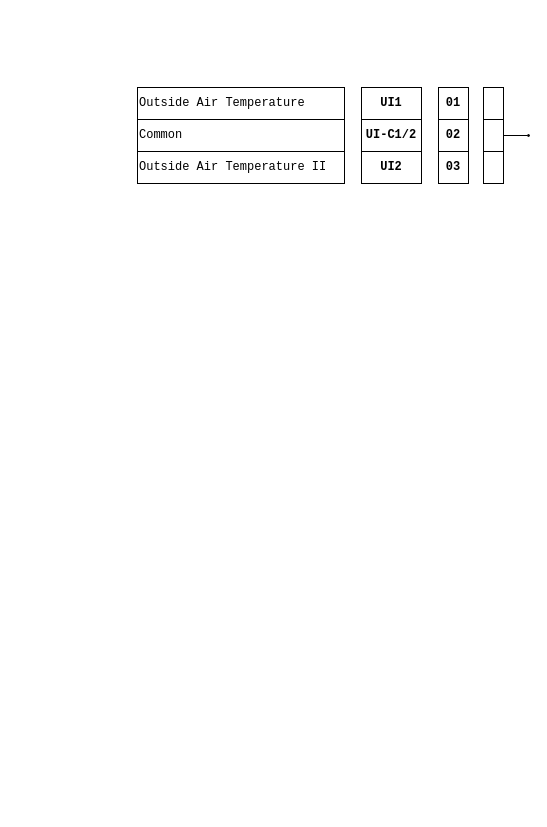
Broad-Side/FT-Draw keeps this draw.io diagram as drawioTemplates/controllers/SNC25152.drawio. Above is the earlier version. Source tidied: cells renumbered, new cells numbered last; positions are measured from the earlier drawing's top-left corner, leaving out a move shared by most shapes. Both pictures are drawn from the tidied source at 100%, with x=0, y=0 at pixel (137, 87).
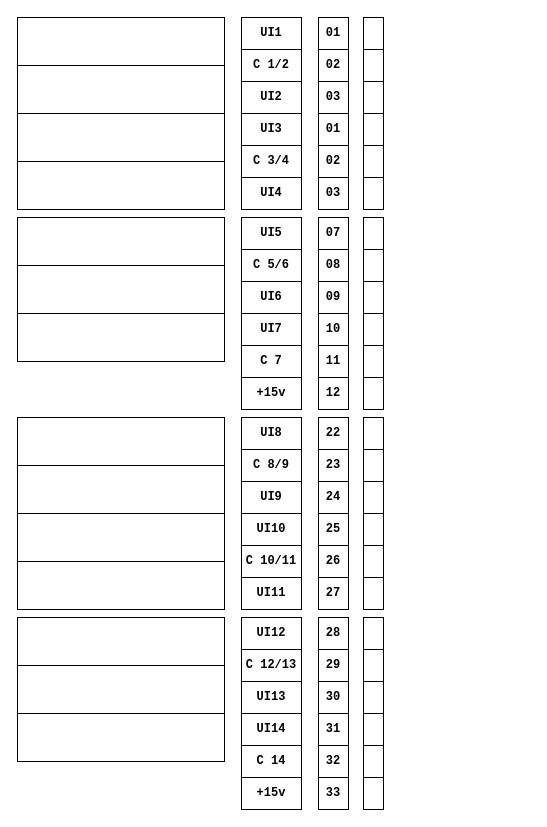
Above is the later version.

What changed in the source:
```diff
@@
+    <mxCell id="16" style="group;" parent="1" vertex="1">
+      <mxGeometry x="-120" y="-70" width="366" height="192" as="geometry" />
+    </mxCell>
-    <mxCell id="2" value="01" style="rounded=0;whiteSpace=wrap;html=1;fontStyle=1;fontFamily=Courier New;" parent="1" vertex="1">
+    <mxCell id="2" value="01" style="rounded=0;whiteSpace=wrap;html=1;fontStyle=1;fontFamily=Courier New;" parent="16" vertex="1">
       <mxGeometry x="301" width="30" height="32" as="geometry" />
     </mxCell>
-    <mxCell id="3" value="&lt;font&gt;UI1&lt;/font&gt;" style="rounded=0;whiteSpace=wrap;html=1;fontStyle=1;fontFamily=Courier New;" parent="1" vertex="1">
+    <mxCell id="3" value="&lt;font&gt;UI1&lt;/font&gt;" style="rounded=0;whiteSpace=wrap;html=1;fontStyle=1;fontFamily=Courier New;" parent="16" vertex="1">
       <mxGeometry x="224" width="60" height="32" as="geometry" />
     </mxCell>
-    <mxCell id="4" value="02" style="rounded=0;whiteSpace=wrap;html=1;fontStyle=1;fontFamily=Courier New;" parent="1" vertex="1">
+    <mxCell id="4" value="02" style="rounded=0;whiteSpace=wrap;html=1;fontStyle=1;fontFamily=Courier New;" parent="16" vertex="1">
       <mxGeometry x="301" y="32" width="30" height="32" as="geometry" />
     </mxCell>
-    <mxCell id="5" value="&lt;font&gt;UI-C1/2&lt;/font&gt;" style="rounded=0;whiteSpace=wrap;html=1;fontStyle=1;fontFamily=Courier New;" parent="1" vertex="1">
+    <mxCell id="5" value="&lt;font&gt;C 1/2&lt;/font&gt;" style="rounded=0;whiteSpace=wrap;html=1;fontStyle=1;fontFamily=Courier New;" parent="16" vertex="1">
       <mxGeometry x="224" y="32" width="60" height="32" as="geometry" />
     </mxCell>
-    <mxCell id="6" value="&lt;font&gt;UI2&lt;/font&gt;" style="rounded=0;whiteSpace=wrap;html=1;fontStyle=1;fontFamily=Courier New;" parent="1" vertex="1">
+    <mxCell id="6" value="&lt;font&gt;UI2&lt;/font&gt;" style="rounded=0;whiteSpace=wrap;html=1;fontStyle=1;fontFamily=Courier New;" parent="16" vertex="1">
       <mxGeometry x="224" y="64" width="60" height="32" as="geometry" />
     </mxCell>
-    <mxCell id="7" value="03" style="rounded=0;whiteSpace=wrap;html=1;fontStyle=1;fontFamily=Courier New;" parent="1" vertex="1">
+    <mxCell id="7" value="03" style="rounded=0;whiteSpace=wrap;html=1;fontStyle=1;fontFamily=Courier New;" parent="16" vertex="1">
       <mxGeometry x="301" y="64" width="30" height="32" as="geometry" />
     </mxCell>
-    <mxCell id="8" value="Outside Air Temperature" style="rounded=0;whiteSpace=wrap;html=1;fontFamily=Courier New;align=left;" parent="1" vertex="1">
-      <mxGeometry width="207" height="32" as="geometry" />
-    </mxCell>
-    <mxCell id="9" value="Common" style="rounded=0;whiteSpace=wrap;html=1;fontFamily=Courier New;align=left;" parent="1" vertex="1">
-      <mxGeometry y="32" width="207" height="32" as="geometry" />
-    </mxCell>
-    <mxCell id="10" value="Outside Air Temperature II" style="rounded=0;whiteSpace=wrap;html=1;fontFamily=Courier New;align=left;" parent="1" vertex="1">
-      <mxGeometry y="64" width="207" height="32" as="geometry" />
-    </mxCell>
-    <mxCell id="11" style="edgeStyle=orthogonalEdgeStyle;rounded=0;jettySize=auto;html=1;exitX=1;exitY=0.5;exitDx=0;exitDy=0;entryX=0;entryY=0.5;entryDx=0;entryDy=0;defaultLabelBackgroundColor=page;endArrow=none;endFill=0;" parent="1" edge="1" source="12" target="15">
-      <mxGeometry relative="1" as="geometry" />
-    </mxCell>
-    <mxCell id="12" style="rounded=0;whiteSpace=wrap;html=1;points=[[1,0.25,1,0,0],[1,0.5,1,0,0],[1,0.75,1,0,0]];" parent="1" vertex="1">
-      <mxGeometry x="346" y="32" width="20" height="32" as="geometry" />
-    </mxCell>
+    <mxCell id="17" style="rounded=0;whiteSpace=wrap;html=1;fontFamily=Courier New;align=left;" parent="16" vertex="1">
+      <mxGeometry width="207" height="48" as="geometry" />
+    </mxCell>
+    <mxCell id="15" style="rounded=0;whiteSpace=wrap;html=1;points=[[1,0.5,1,0,0],[1,0.75,1,0,0]];" parent="16" vertex="1">
+      <mxGeometry x="346" y="32" width="20" height="32" as="geometry" />
+    </mxCell>
-    <mxCell id="13" style="rounded=0;whiteSpace=wrap;html=1;" parent="1" vertex="1">
+    <mxCell id="13" style="rounded=0;whiteSpace=wrap;html=1;" parent="16" vertex="1">
       <mxGeometry x="346" width="20" height="32" as="geometry" />
     </mxCell>
-    <mxCell id="14" style="rounded=0;whiteSpace=wrap;html=1;" parent="1" vertex="1">
+    <mxCell id="14" style="rounded=0;whiteSpace=wrap;html=1;" parent="16" vertex="1">
       <mxGeometry x="346" y="64" width="20" height="32" as="geometry" />
     </mxCell>
-    <mxCell id="15" style="ellipse;whiteSpace=wrap;html=1;shapeInside=1;points=[[0.5,0.5,0,0,0]];fillColor=light-dark(#050505, #ededed);" parent="1" vertex="1">
-      <mxGeometry x="390" y="47" width="2" height="2" as="geometry" />
-    </mxCell>
+    <mxCell id="18" value="01" style="rounded=0;whiteSpace=wrap;html=1;fontStyle=1;fontFamily=Courier New;" parent="16" vertex="1">
+      <mxGeometry x="301" y="96" width="30" height="32" as="geometry" />
+    </mxCell>
+    <mxCell id="19" value="&lt;font&gt;UI3&lt;/font&gt;" style="rounded=0;whiteSpace=wrap;html=1;fontStyle=1;fontFamily=Courier New;" parent="16" vertex="1">
+      <mxGeometry x="224" y="96" width="60" height="32" as="geometry" />
+    </mxCell>
+    <mxCell id="20" value="02" style="rounded=0;whiteSpace=wrap;html=1;fontStyle=1;fontFamily=Courier New;" parent="16" vertex="1">
+      <mxGeometry x="301" y="128" width="30" height="32" as="geometry" />
+    </mxCell>
+    <mxCell id="21" value="C 3/4" style="rounded=0;whiteSpace=wrap;html=1;fontStyle=1;fontFamily=Courier New;" parent="16" vertex="1">
+      <mxGeometry x="224" y="128" width="60" height="32" as="geometry" />
+    </mxCell>
+    <mxCell id="22" value="&lt;font&gt;UI4&lt;/font&gt;" style="rounded=0;whiteSpace=wrap;html=1;fontStyle=1;fontFamily=Courier New;" parent="16" vertex="1">
+      <mxGeometry x="224" y="160" width="60" height="32" as="geometry" />
+    </mxCell>
+    <mxCell id="23" value="03" style="rounded=0;whiteSpace=wrap;html=1;fontStyle=1;fontFamily=Courier New;" parent="16" vertex="1">
+      <mxGeometry x="301" y="160" width="30" height="32" as="geometry" />
+    </mxCell>
+    <mxCell id="24" style="rounded=0;whiteSpace=wrap;html=1;" parent="16" vertex="1">
+      <mxGeometry x="346" y="128" width="20" height="32" as="geometry" />
+    </mxCell>
+    <mxCell id="25" style="rounded=0;whiteSpace=wrap;html=1;" parent="16" vertex="1">
+      <mxGeometry x="346" y="96" width="20" height="32" as="geometry" />
+    </mxCell>
+    <mxCell id="26" style="rounded=0;whiteSpace=wrap;html=1;" parent="16" vertex="1">
+      <mxGeometry x="346" y="160" width="20" height="32" as="geometry" />
+    </mxCell>
+    <mxCell id="27" style="rounded=0;whiteSpace=wrap;html=1;fontFamily=Courier New;align=left;" parent="16" vertex="1">
+      <mxGeometry y="48" width="207" height="48" as="geometry" />
+    </mxCell>
+    <mxCell id="28" style="rounded=0;whiteSpace=wrap;html=1;fontFamily=Courier New;align=left;" parent="16" vertex="1">
+      <mxGeometry y="96" width="207" height="48" as="geometry" />
+    </mxCell>
+    <mxCell id="29" style="rounded=0;whiteSpace=wrap;html=1;fontFamily=Courier New;align=left;" parent="16" vertex="1">
+      <mxGeometry y="144" width="207" height="48" as="geometry" />
+    </mxCell>
+    <mxCell id="30" style="group;" parent="1" vertex="1">
+      <mxGeometry x="-120" y="130" width="366" height="192" as="geometry" />
+    </mxCell>
+    <mxCell id="31" value="07" style="rounded=0;whiteSpace=wrap;html=1;fontStyle=1;fontFamily=Courier New;" parent="30" vertex="1">
+      <mxGeometry x="301" width="30" height="32" as="geometry" />
+    </mxCell>
+    <mxCell id="32" value="&lt;font&gt;UI5&lt;/font&gt;" style="rounded=0;whiteSpace=wrap;html=1;fontStyle=1;fontFamily=Courier New;" parent="30" vertex="1">
+      <mxGeometry x="224" width="60" height="32" as="geometry" />
+    </mxCell>
+    <mxCell id="33" value="08" style="rounded=0;whiteSpace=wrap;html=1;fontStyle=1;fontFamily=Courier New;" parent="30" vertex="1">
+      <mxGeometry x="301" y="32" width="30" height="32" as="geometry" />
+    </mxCell>
+    <mxCell id="34" value="C 5/6" style="rounded=0;whiteSpace=wrap;html=1;fontStyle=1;fontFamily=Courier New;" parent="30" vertex="1">
+      <mxGeometry x="224" y="32" width="60" height="32" as="geometry" />
+    </mxCell>
+    <mxCell id="35" value="&lt;font&gt;UI6&lt;/font&gt;" style="rounded=0;whiteSpace=wrap;html=1;fontStyle=1;fontFamily=Courier New;" parent="30" vertex="1">
+      <mxGeometry x="224" y="64" width="60" height="32" as="geometry" />
+    </mxCell>
+    <mxCell id="36" value="09" style="rounded=0;whiteSpace=wrap;html=1;fontStyle=1;fontFamily=Courier New;" parent="30" vertex="1">
+      <mxGeometry x="301" y="64" width="30" height="32" as="geometry" />
+    </mxCell>
+    <mxCell id="37" style="rounded=0;whiteSpace=wrap;html=1;" parent="30" vertex="1">
+      <mxGeometry x="346" y="32" width="20" height="32" as="geometry" />
+    </mxCell>
+    <mxCell id="38" style="rounded=0;whiteSpace=wrap;html=1;" parent="30" vertex="1">
+      <mxGeometry x="346" width="20" height="32" as="geometry" />
+    </mxCell>
+    <mxCell id="39" style="rounded=0;whiteSpace=wrap;html=1;" parent="30" vertex="1">
+      <mxGeometry x="346" y="64" width="20" height="32" as="geometry" />
+    </mxCell>
+    <mxCell id="40" value="10" style="rounded=0;whiteSpace=wrap;html=1;fontStyle=1;fontFamily=Courier New;" parent="30" vertex="1">
+      <mxGeometry x="301" y="96" width="30" height="32" as="geometry" />
+    </mxCell>
+    <mxCell id="41" value="&lt;font&gt;UI7&lt;/font&gt;" style="rounded=0;whiteSpace=wrap;html=1;fontStyle=1;fontFamily=Courier New;" parent="30" vertex="1">
+      <mxGeometry x="224" y="96" width="60" height="32" as="geometry" />
+    </mxCell>
+    <mxCell id="42" value="11" style="rounded=0;whiteSpace=wrap;html=1;fontStyle=1;fontFamily=Courier New;" parent="30" vertex="1">
+      <mxGeometry x="301" y="128" width="30" height="32" as="geometry" />
+    </mxCell>
+    <mxCell id="43" value="C 7" style="rounded=0;whiteSpace=wrap;html=1;fontStyle=1;fontFamily=Courier New;" parent="30" vertex="1">
+      <mxGeometry x="224" y="128" width="60" height="32" as="geometry" />
+    </mxCell>
+    <mxCell id="44" value="&lt;font&gt;+15v&lt;/font&gt;" style="rounded=0;whiteSpace=wrap;html=1;fontStyle=1;fontFamily=Courier New;" parent="30" vertex="1">
+      <mxGeometry x="224" y="160" width="60" height="32" as="geometry" />
+    </mxCell>
+    <mxCell id="45" value="12" style="rounded=0;whiteSpace=wrap;html=1;fontStyle=1;fontFamily=Courier New;" parent="30" vertex="1">
+      <mxGeometry x="301" y="160" width="30" height="32" as="geometry" />
+    </mxCell>
+    <mxCell id="46" style="rounded=0;whiteSpace=wrap;html=1;" parent="30" vertex="1">
+      <mxGeometry x="346" y="128" width="20" height="32" as="geometry" />
+    </mxCell>
+    <mxCell id="47" style="rounded=0;whiteSpace=wrap;html=1;" parent="30" vertex="1">
+      <mxGeometry x="346" y="96" width="20" height="32" as="geometry" />
+    </mxCell>
+    <mxCell id="48" style="rounded=0;whiteSpace=wrap;html=1;" parent="30" vertex="1">
+      <mxGeometry x="346" y="160" width="20" height="32" as="geometry" />
+    </mxCell>
+    <mxCell id="49" style="rounded=0;whiteSpace=wrap;html=1;fontFamily=Courier New;align=left;" parent="30" vertex="1">
+      <mxGeometry width="207" height="48" as="geometry" />
+    </mxCell>
+    <mxCell id="50" style="rounded=0;whiteSpace=wrap;html=1;fontFamily=Courier New;align=left;" parent="30" vertex="1">
+      <mxGeometry y="48" width="207" height="48" as="geometry" />
+    </mxCell>
+    <mxCell id="51" style="rounded=0;whiteSpace=wrap;html=1;fontFamily=Courier New;align=left;" parent="30" vertex="1">
+      <mxGeometry y="96" width="207" height="48" as="geometry" />
+    </mxCell>
+    <mxCell id="52" style="group;" parent="1" vertex="1">
+      <mxGeometry x="-120" y="330" width="366" height="192" as="geometry" />
+    </mxCell>
+    <mxCell id="53" value="22" style="rounded=0;whiteSpace=wrap;html=1;fontStyle=1;fontFamily=Courier New;" parent="52" vertex="1">
+      <mxGeometry x="301" width="30" height="32" as="geometry" />
+    </mxCell>
+    <mxCell id="54" value="&lt;font&gt;UI8&lt;/font&gt;" style="rounded=0;whiteSpace=wrap;html=1;fontStyle=1;fontFamily=Courier New;" parent="52" vertex="1">
+      <mxGeometry x="224" width="60" height="32" as="geometry" />
+    </mxCell>
+    <mxCell id="55" value="23" style="rounded=0;whiteSpace=wrap;html=1;fontStyle=1;fontFamily=Courier New;" parent="52" vertex="1">
+      <mxGeometry x="301" y="32" width="30" height="32" as="geometry" />
+    </mxCell>
+    <mxCell id="56" value="&lt;font&gt;C 8/9&lt;/font&gt;" style="rounded=0;whiteSpace=wrap;html=1;fontStyle=1;fontFamily=Courier New;" parent="52" vertex="1">
+      <mxGeometry x="224" y="32" width="60" height="32" as="geometry" />
+    </mxCell>
+    <mxCell id="57" value="&lt;font&gt;UI9&lt;/font&gt;" style="rounded=0;whiteSpace=wrap;html=1;fontStyle=1;fontFamily=Courier New;" parent="52" vertex="1">
+      <mxGeometry x="224" y="64" width="60" height="32" as="geometry" />
+    </mxCell>
+    <mxCell id="58" value="24" style="rounded=0;whiteSpace=wrap;html=1;fontStyle=1;fontFamily=Courier New;" parent="52" vertex="1">
+      <mxGeometry x="301" y="64" width="30" height="32" as="geometry" />
+    </mxCell>
+    <mxCell id="59" style="rounded=0;whiteSpace=wrap;html=1;" parent="52" vertex="1">
+      <mxGeometry x="346" y="32" width="20" height="32" as="geometry" />
+    </mxCell>
+    <mxCell id="60" style="rounded=0;whiteSpace=wrap;html=1;" parent="52" vertex="1">
+      <mxGeometry x="346" width="20" height="32" as="geometry" />
+    </mxCell>
+    <mxCell id="61" style="rounded=0;whiteSpace=wrap;html=1;" parent="52" vertex="1">
+      <mxGeometry x="346" y="64" width="20" height="32" as="geometry" />
+    </mxCell>
+    <mxCell id="62" value="25" style="rounded=0;whiteSpace=wrap;html=1;fontStyle=1;fontFamily=Courier New;" parent="52" vertex="1">
+      <mxGeometry x="301" y="96" width="30" height="32" as="geometry" />
+    </mxCell>
+    <mxCell id="63" value="&lt;font&gt;UI10&lt;/font&gt;" style="rounded=0;whiteSpace=wrap;html=1;fontStyle=1;fontFamily=Courier New;" parent="52" vertex="1">
+      <mxGeometry x="224" y="96" width="60" height="32" as="geometry" />
+    </mxCell>
+    <mxCell id="64" value="26" style="rounded=0;whiteSpace=wrap;html=1;fontStyle=1;fontFamily=Courier New;" parent="52" vertex="1">
+      <mxGeometry x="301" y="128" width="30" height="32" as="geometry" />
+    </mxCell>
+    <mxCell id="65" value="C 10/11" style="rounded=0;whiteSpace=wrap;html=1;fontStyle=1;fontFamily=Courier New;" parent="52" vertex="1">
+      <mxGeometry x="224" y="128" width="60" height="32" as="geometry" />
+    </mxCell>
+    <mxCell id="66" value="&lt;font&gt;UI11&lt;/font&gt;" style="rounded=0;whiteSpace=wrap;html=1;fontStyle=1;fontFamily=Courier New;" parent="52" vertex="1">
+      <mxGeometry x="224" y="160" width="60" height="32" as="geometry" />
+    </mxCell>
+    <mxCell id="67" value="27" style="rounded=0;whiteSpace=wrap;html=1;fontStyle=1;fontFamily=Courier New;" parent="52" vertex="1">
+      <mxGeometry x="301" y="160" width="30" height="32" as="geometry" />
+    </mxCell>
+    <mxCell id="68" style="rounded=0;whiteSpace=wrap;html=1;" parent="52" vertex="1">
+      <mxGeometry x="346" y="128" width="20" height="32" as="geometry" />
+    </mxCell>
+    <mxCell id="69" style="rounded=0;whiteSpace=wrap;html=1;" parent="52" vertex="1">
+      <mxGeometry x="346" y="96" width="20" height="32" as="geometry" />
+    </mxCell>
+    <mxCell id="70" style="rounded=0;whiteSpace=wrap;html=1;" parent="52" vertex="1">
+      <mxGeometry x="346" y="160" width="20" height="32" as="geometry" />
+    </mxCell>
+    <mxCell id="71" style="rounded=0;whiteSpace=wrap;html=1;fontFamily=Courier New;align=left;" parent="52" vertex="1">
+      <mxGeometry width="207" height="48" as="geometry" />
+    </mxCell>
+    <mxCell id="72" style="rounded=0;whiteSpace=wrap;html=1;fontFamily=Courier New;align=left;" parent="52" vertex="1">
+      <mxGeometry y="48" width="207" height="48" as="geometry" />
+    </mxCell>
+    <mxCell id="73" style="rounded=0;whiteSpace=wrap;html=1;fontFamily=Courier New;align=left;" parent="52" vertex="1">
+      <mxGeometry y="96" width="207" height="48" as="geometry" />
+    </mxCell>
+    <mxCell id="74" style="rounded=0;whiteSpace=wrap;html=1;fontFamily=Courier New;align=left;" parent="52" vertex="1">
+      <mxGeometry y="144" width="207" height="48" as="geometry" />
+    </mxCell>
+    <mxCell id="75" style="group;" parent="1" vertex="1">
+      <mxGeometry x="-120" y="530" width="366" height="192" as="geometry" />
+    </mxCell>
+    <mxCell id="76" value="28" style="rounded=0;whiteSpace=wrap;html=1;fontStyle=1;fontFamily=Courier New;" parent="75" vertex="1">
+      <mxGeometry x="301" width="30" height="32" as="geometry" />
+    </mxCell>
+    <mxCell id="77" value="&lt;font&gt;UI12&lt;/font&gt;" style="rounded=0;whiteSpace=wrap;html=1;fontStyle=1;fontFamily=Courier New;" parent="75" vertex="1">
+      <mxGeometry x="224" width="60" height="32" as="geometry" />
+    </mxCell>
+    <mxCell id="78" value="29" style="rounded=0;whiteSpace=wrap;html=1;fontStyle=1;fontFamily=Courier New;" parent="75" vertex="1">
+      <mxGeometry x="301" y="32" width="30" height="32" as="geometry" />
+    </mxCell>
+    <mxCell id="79" value="C 12/13" style="rounded=0;whiteSpace=wrap;html=1;fontStyle=1;fontFamily=Courier New;" parent="75" vertex="1">
+      <mxGeometry x="224" y="32" width="60" height="32" as="geometry" />
+    </mxCell>
+    <mxCell id="80" value="&lt;font&gt;UI13&lt;/font&gt;" style="rounded=0;whiteSpace=wrap;html=1;fontStyle=1;fontFamily=Courier New;" parent="75" vertex="1">
+      <mxGeometry x="224" y="64" width="60" height="32" as="geometry" />
+    </mxCell>
+    <mxCell id="81" value="30" style="rounded=0;whiteSpace=wrap;html=1;fontStyle=1;fontFamily=Courier New;" parent="75" vertex="1">
+      <mxGeometry x="301" y="64" width="30" height="32" as="geometry" />
+    </mxCell>
+    <mxCell id="82" style="rounded=0;whiteSpace=wrap;html=1;" parent="75" vertex="1">
+      <mxGeometry x="346" y="32" width="20" height="32" as="geometry" />
+    </mxCell>
+    <mxCell id="83" style="rounded=0;whiteSpace=wrap;html=1;" parent="75" vertex="1">
+      <mxGeometry x="346" width="20" height="32" as="geometry" />
+    </mxCell>
+    <mxCell id="84" style="rounded=0;whiteSpace=wrap;html=1;" parent="75" vertex="1">
+      <mxGeometry x="346" y="64" width="20" height="32" as="geometry" />
+    </mxCell>
+    <mxCell id="85" value="31" style="rounded=0;whiteSpace=wrap;html=1;fontStyle=1;fontFamily=Courier New;" parent="75" vertex="1">
+      <mxGeometry x="301" y="96" width="30" height="32" as="geometry" />
+    </mxCell>
+    <mxCell id="86" value="&lt;font&gt;UI14&lt;/font&gt;" style="rounded=0;whiteSpace=wrap;html=1;fontStyle=1;fontFamily=Courier New;" parent="75" vertex="1">
+      <mxGeometry x="224" y="96" width="60" height="32" as="geometry" />
+    </mxCell>
+    <mxCell id="87" value="32" style="rounded=0;whiteSpace=wrap;html=1;fontStyle=1;fontFamily=Courier New;" parent="75" vertex="1">
+      <mxGeometry x="301" y="128" width="30" height="32" as="geometry" />
+    </mxCell>
+    <mxCell id="88" value="C 14" style="rounded=0;whiteSpace=wrap;html=1;fontStyle=1;fontFamily=Courier New;" parent="75" vertex="1">
+      <mxGeometry x="224" y="128" width="60" height="32" as="geometry" />
+    </mxCell>
+    <mxCell id="89" value="&lt;font&gt;+15v&lt;/font&gt;" style="rounded=0;whiteSpace=wrap;html=1;fontStyle=1;fontFamily=Courier New;" parent="75" vertex="1">
+      <mxGeometry x="224" y="160" width="60" height="32" as="geometry" />
+    </mxCell>
+    <mxCell id="90" value="33" style="rounded=0;whiteSpace=wrap;html=1;fontStyle=1;fontFamily=Courier New;" parent="75" vertex="1">
+      <mxGeometry x="301" y="160" width="30" height="32" as="geometry" />
+    </mxCell>
+    <mxCell id="91" style="rounded=0;whiteSpace=wrap;html=1;" parent="75" vertex="1">
+      <mxGeometry x="346" y="128" width="20" height="32" as="geometry" />
+    </mxCell>
+    <mxCell id="92" style="rounded=0;whiteSpace=wrap;html=1;" parent="75" vertex="1">
+      <mxGeometry x="346" y="96" width="20" height="32" as="geometry" />
+    </mxCell>
+    <mxCell id="93" style="rounded=0;whiteSpace=wrap;html=1;" parent="75" vertex="1">
+      <mxGeometry x="346" y="160" width="20" height="32" as="geometry" />
+    </mxCell>
+    <mxCell id="94" style="rounded=0;whiteSpace=wrap;html=1;fontFamily=Courier New;align=left;" parent="75" vertex="1">
+      <mxGeometry width="207" height="48" as="geometry" />
+    </mxCell>
+    <mxCell id="95" style="rounded=0;whiteSpace=wrap;html=1;fontFamily=Courier New;align=left;" parent="75" vertex="1">
+      <mxGeometry y="48" width="207" height="48" as="geometry" />
+    </mxCell>
+    <mxCell id="96" style="rounded=0;whiteSpace=wrap;html=1;fontFamily=Courier New;align=left;" parent="75" vertex="1">
+      <mxGeometry y="96" width="207" height="48" as="geometry" />
+    </mxCell>
```
